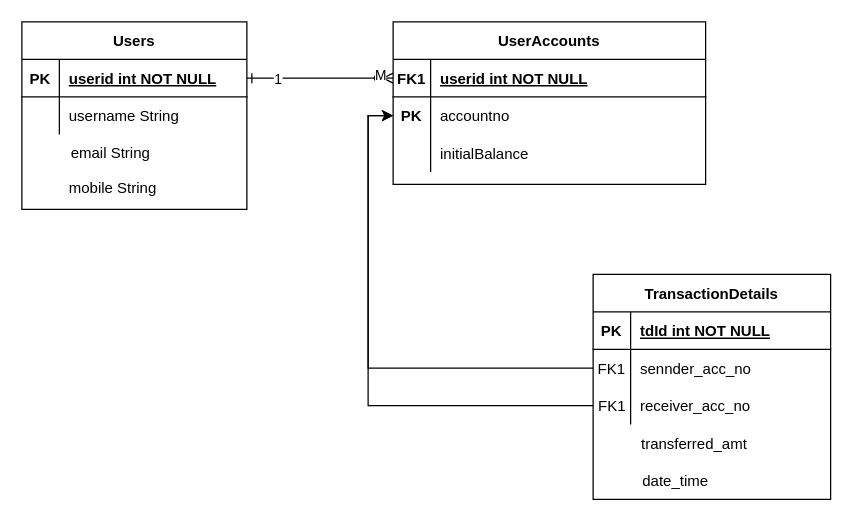
Earlier version of the draw.io diagram Untitled Diagram.drawio (mmsmz/springboot-assessment). Source tidied: cells renumbered, new cells numbered last; positions are measured from the earlier drawing's top-left corner, leaving out a move shared by most shapes. Both pictures are drawn from the tidied source at 125%, with x=0, y=0 at pixel (21, 21).
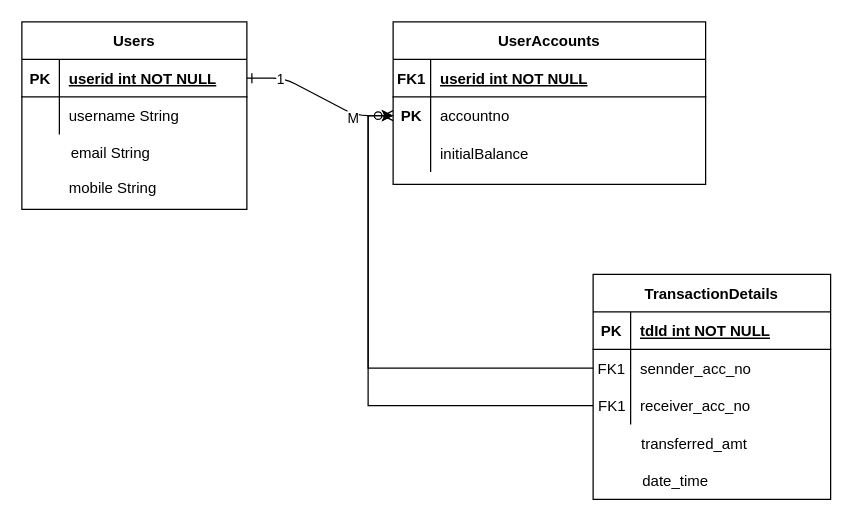
The same diagram, later.

The change refers to these unchanged cells:
```xml
<mxCell id="7" style="shape=partialRectangle;fillColor=none;points=[[0,0.5],[1,0.5]];portConstraint=eastwest;top=0;left=0;right=0;bottom=1;" parent="6" vertex="1">
  <mxGeometry y="30" width="180" height="30" as="geometry" />
</mxCell>
<mxCell id="31" style="shape=partialRectangle;fillColor=none;points=[[0,0.5],[1,0.5]];portConstraint=eastwest;top=0;left=0;right=0;bottom=1;" parent="30" vertex="1">
  <mxGeometry y="30" width="250" height="30" as="geometry" />
</mxCell>
<mxCell id="34" style="shape=partialRectangle;fillColor=none;points=[[0,0.5],[1,0.5]];portConstraint=eastwest;top=0;left=0;right=0;bottom=0;" parent="30" vertex="1">
  <mxGeometry y="60" width="250" height="30" as="geometry" />
</mxCell>
```

Diff of the diagram source:
```diff
@@
-    <mxCell id="2" style="edgeStyle=entityRelationEdgeStyle;endArrow=ERzeroToMany;startArrow=ERone;endFill=1;startFill=0;entryX=0;entryY=0.5;entryDx=0;entryDy=0;" parent="1" edge="1" source="7" target="31">
+    <mxCell id="2" style="edgeStyle=entityRelationEdgeStyle;endArrow=ERzeroToMany;startArrow=ERone;endFill=1;startFill=0;entryX=0;entryY=0.5;entryDx=0;entryDy=0;" parent="1" edge="1" source="7" target="34">
       <mxGeometry relative="1" as="geometry" />
     </mxCell>
@@
     <mxCell id="4" value="M" style="edgeLabel;html=1;align=center;verticalAlign=middle;" parent="2" vertex="1">
-      <mxGeometry x="0.82" y="3" relative="1" as="geometry" />
+      <mxGeometry x="0.5" y="-2" relative="1" as="geometry" />
     </mxCell>
```
